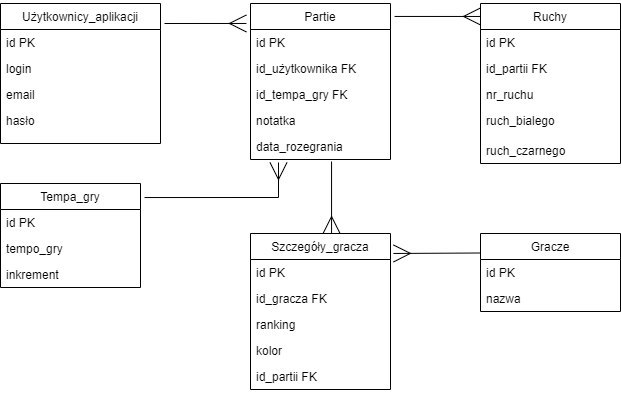
Above: schematBazy.png in Kamil153/chessarchive (draw.io), before the change. Source tidied: cells renumbered, new cells last; positions are measured from the earlier drawing's top-left corner, leaving out a move shared by most shapes.
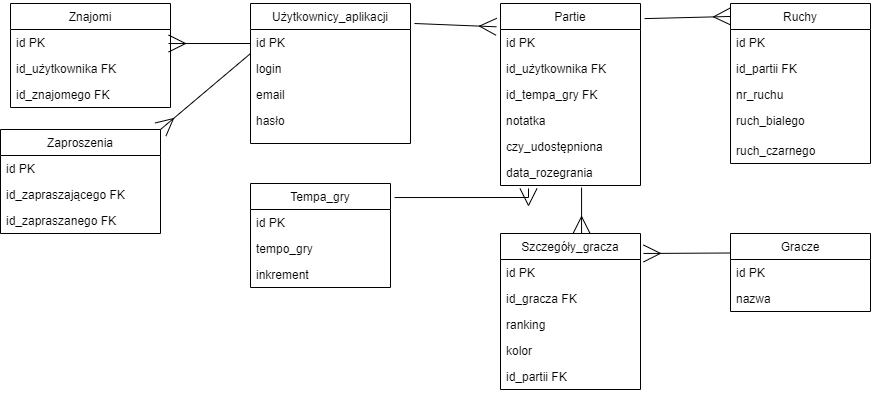
After the commit.

Change to the diagram source:
```diff
@@ -18,7 +18,7 @@
       <mxGeometry y="104" width="160" height="36" as="geometry" />
     </mxCell>
     <mxCell id="7" value="Partie" style="swimlane;fontStyle=0;horizontal=1;startSize=26;fillColor=none;" parent="1" vertex="1">
-      <mxGeometry x="250" width="140" height="156" as="geometry" />
+      <mxGeometry x="250" width="140" height="182" as="geometry" />
     </mxCell>
     <mxCell id="8" value="id PK" style="text;strokeColor=none;fillColor=none;align=left;verticalAlign=top;spacingLeft=4;spacingRight=4;overflow=hidden;" parent="7" vertex="1">
       <mxGeometry y="26" width="140" height="26" as="geometry" />
@@ -32,8 +32,11 @@
     <mxCell id="11" value="notatka" style="text;strokeColor=none;fillColor=none;align=left;verticalAlign=top;spacingLeft=4;spacingRight=4;overflow=hidden;" parent="7" vertex="1">
       <mxGeometry y="104" width="140" height="26" as="geometry" />
     </mxCell>
+    <mxCell id="37" value="czy_udostępniona" style="text;strokeColor=none;fillColor=none;align=left;verticalAlign=top;spacingLeft=4;spacingRight=4;overflow=hidden;" parent="7" vertex="1">
+      <mxGeometry y="130" width="140" height="26" as="geometry" />
+    </mxCell>
     <mxCell id="12" value="data_rozegrania" style="text;strokeColor=none;fillColor=none;align=left;verticalAlign=top;spacingLeft=4;spacingRight=4;overflow=hidden;points=[[0,0.5],[1,0.5]];portConstraint=eastwest;" parent="7" vertex="1">
-      <mxGeometry y="130" width="140" height="26" as="geometry" />
+      <mxGeometry y="156" width="140" height="26" as="geometry" />
     </mxCell>
     <mxCell id="13" value="Gracze" style="swimlane;fontStyle=0;horizontal=1;startSize=26;fillColor=none;" parent="1" vertex="1">
       <mxGeometry x="480" y="230" width="140" height="78" as="geometry" />
@@ -113,5 +116,40 @@
     <mxCell id="36" style="fontSize=12;html=1;endArrow=ERmany;rounded=0;entryX=1.021;entryY=0.128;entryDx=0;entryDy=0;entryPerimeter=0;strokeWidth=1;endSize=15;exitX=0;exitY=0.25;exitDx=0;exitDy=0;" parent="1" edge="1" source="13" target="22">
       <mxGeometry relative="1" as="geometry" />
     </mxCell>
+    <mxCell id="38" value="Znajomi" style="swimlane;fontStyle=0;horizontal=1;startSize=26;fillColor=none;" parent="1" vertex="1">
+      <mxGeometry x="-240" width="160" height="104" as="geometry" />
+    </mxCell>
+    <mxCell id="39" value="id PK" style="text;strokeColor=none;fillColor=none;align=left;verticalAlign=top;spacingLeft=4;spacingRight=4;overflow=hidden;" parent="38" vertex="1">
+      <mxGeometry y="26" width="160" height="26" as="geometry" />
+    </mxCell>
+    <mxCell id="40" value="id_użytkownika FK" style="text;strokeColor=none;fillColor=none;align=left;verticalAlign=top;spacingLeft=4;spacingRight=4;overflow=hidden;" parent="38" vertex="1">
+      <mxGeometry y="52" width="160" height="26" as="geometry" />
+    </mxCell>
+    <mxCell id="41" value="id_znajomego FK" style="text;strokeColor=none;fillColor=none;align=left;verticalAlign=top;spacingLeft=4;spacingRight=4;overflow=hidden;" parent="38" vertex="1">
+      <mxGeometry y="78" width="160" height="26" as="geometry" />
+    </mxCell>
+    <mxCell id="42" style="fontSize=12;html=1;endArrow=none;rounded=0;entryX=-0.029;entryY=0.128;entryDx=0;entryDy=0;entryPerimeter=0;strokeWidth=1;endSize=15;startArrow=ERmany;startFill=0;startSize=15;endFill=0;" parent="1" edge="1">
+      <mxGeometry relative="1" as="geometry">
+        <mxPoint x="-81.9" y="40" as="sourcePoint" />
+        <mxPoint y="40" as="targetPoint" />
+      </mxGeometry>
+    </mxCell>
+    <mxCell id="43" value="Zaproszenia" style="swimlane;fontStyle=0;horizontal=1;startSize=26;fillColor=none;" parent="1" vertex="1">
+      <mxGeometry x="-250" y="126" width="160" height="104" as="geometry" />
+    </mxCell>
+    <mxCell id="44" value="id PK" style="text;strokeColor=none;fillColor=none;align=left;verticalAlign=top;spacingLeft=4;spacingRight=4;overflow=hidden;" parent="43" vertex="1">
+      <mxGeometry y="26" width="160" height="26" as="geometry" />
+    </mxCell>
+    <mxCell id="45" value="id_zapraszającego FK" style="text;strokeColor=none;fillColor=none;align=left;verticalAlign=top;spacingLeft=4;spacingRight=4;overflow=hidden;" parent="43" vertex="1">
+      <mxGeometry y="52" width="160" height="26" as="geometry" />
+    </mxCell>
+    <mxCell id="46" value="id_zapraszanego FK" style="text;strokeColor=none;fillColor=none;align=left;verticalAlign=top;spacingLeft=4;spacingRight=4;overflow=hidden;" parent="43" vertex="1">
+      <mxGeometry y="78" width="160" height="26" as="geometry" />
+    </mxCell>
+    <mxCell id="47" style="fontSize=12;html=1;endArrow=ERmany;rounded=0;strokeWidth=1;endSize=15;entryX=1;entryY=0;entryDx=0;entryDy=0;" parent="1" edge="1" target="43">
+      <mxGeometry relative="1" as="geometry">
+        <mxPoint y="50" as="sourcePoint" />
+      </mxGeometry>
+    </mxCell>
   </root>
 </mxGraphModel>
```
